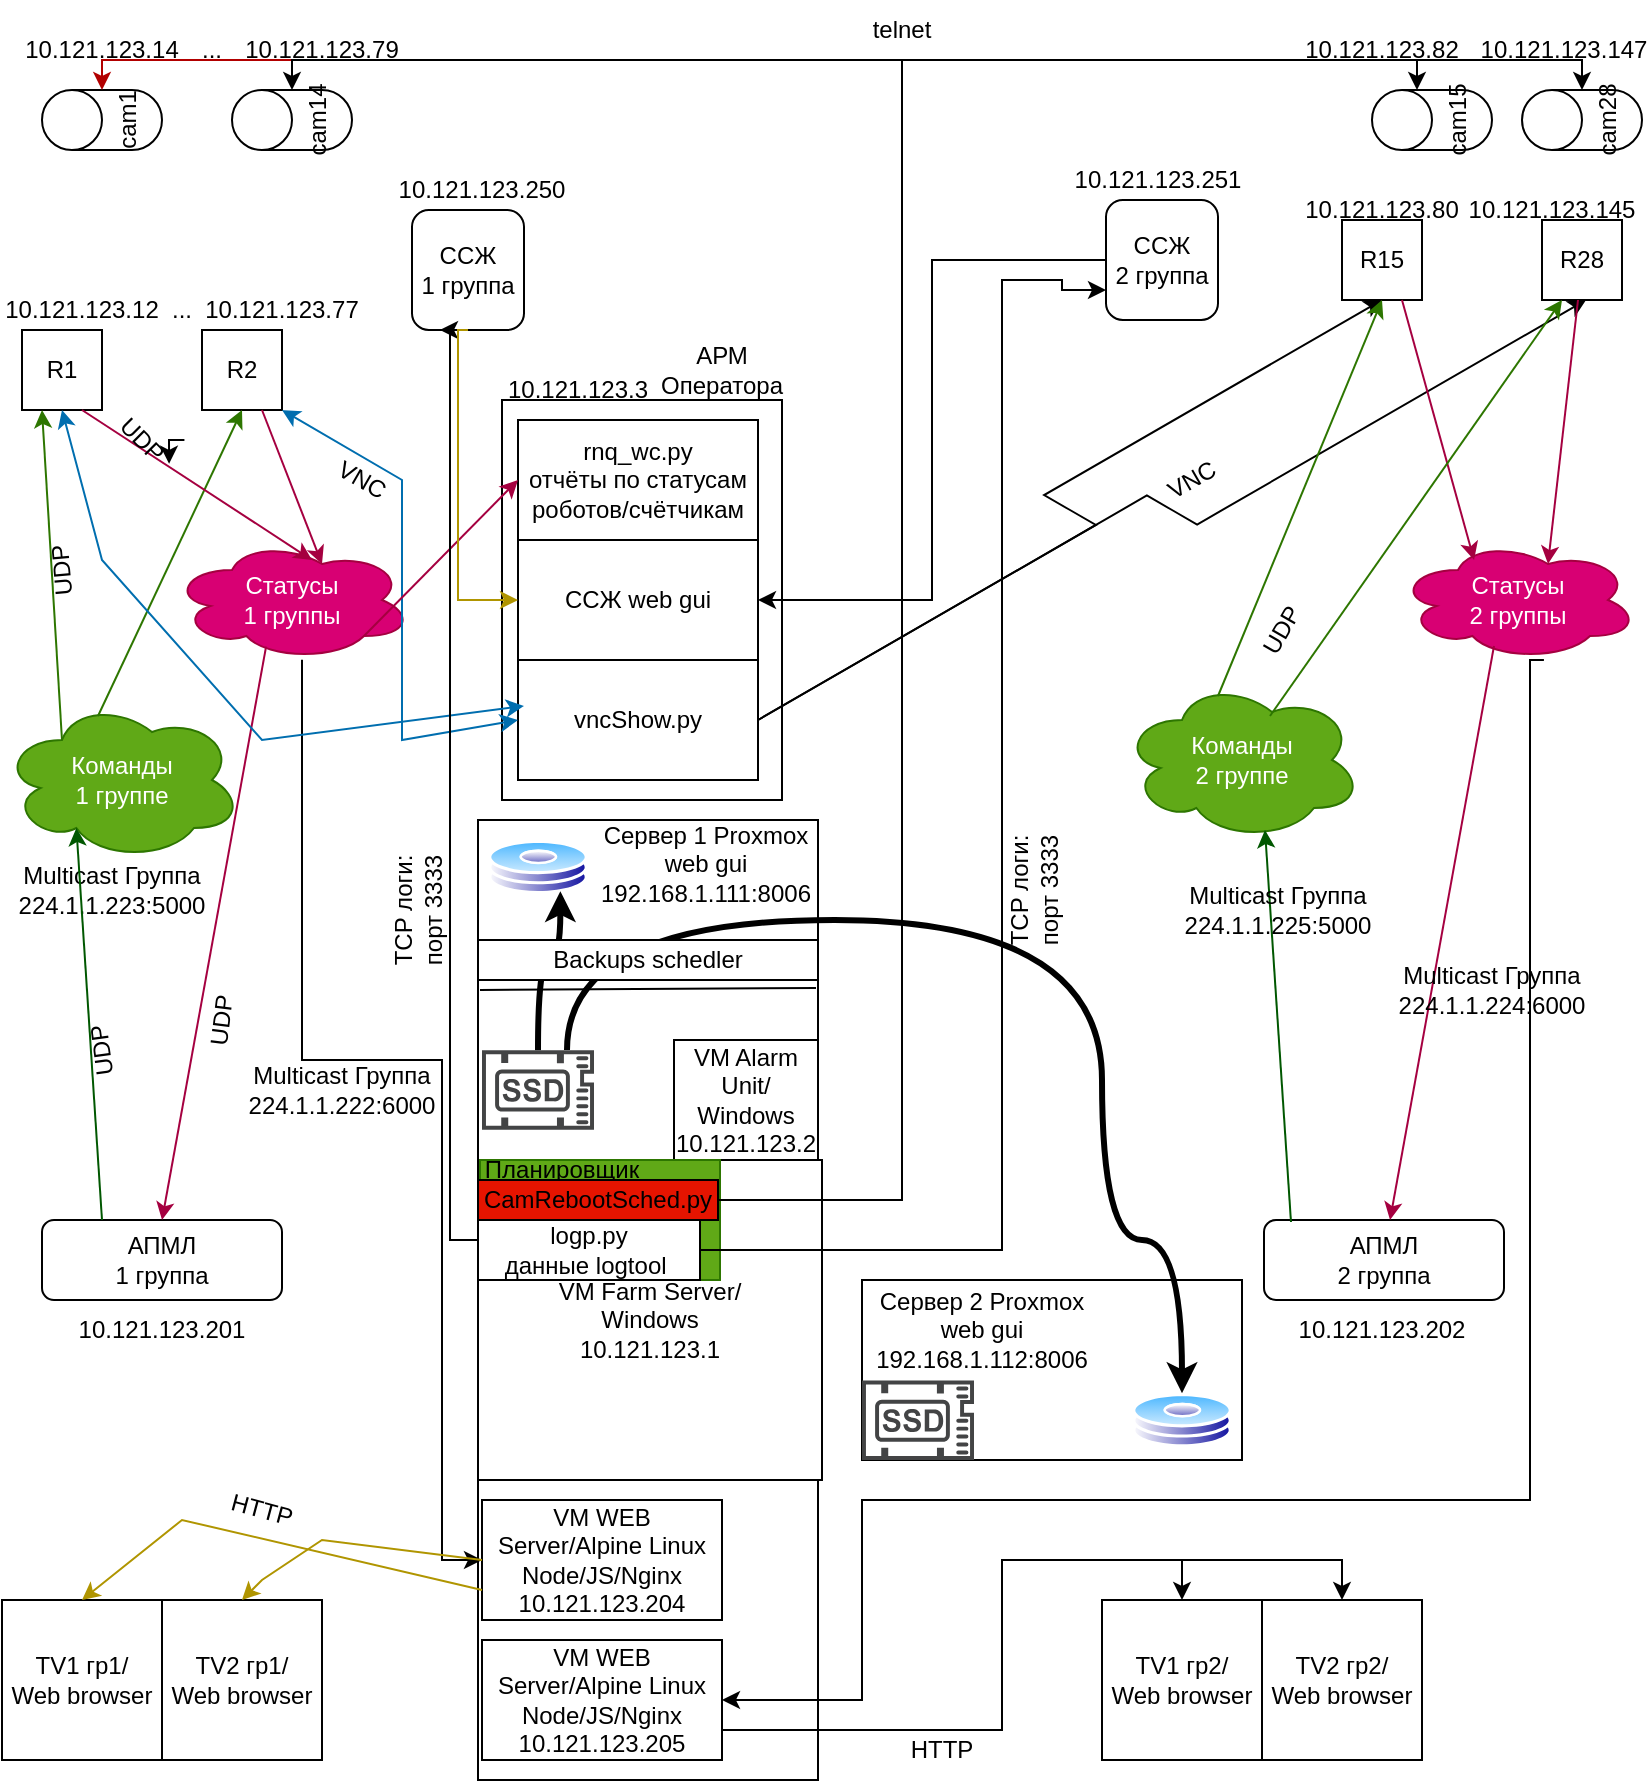
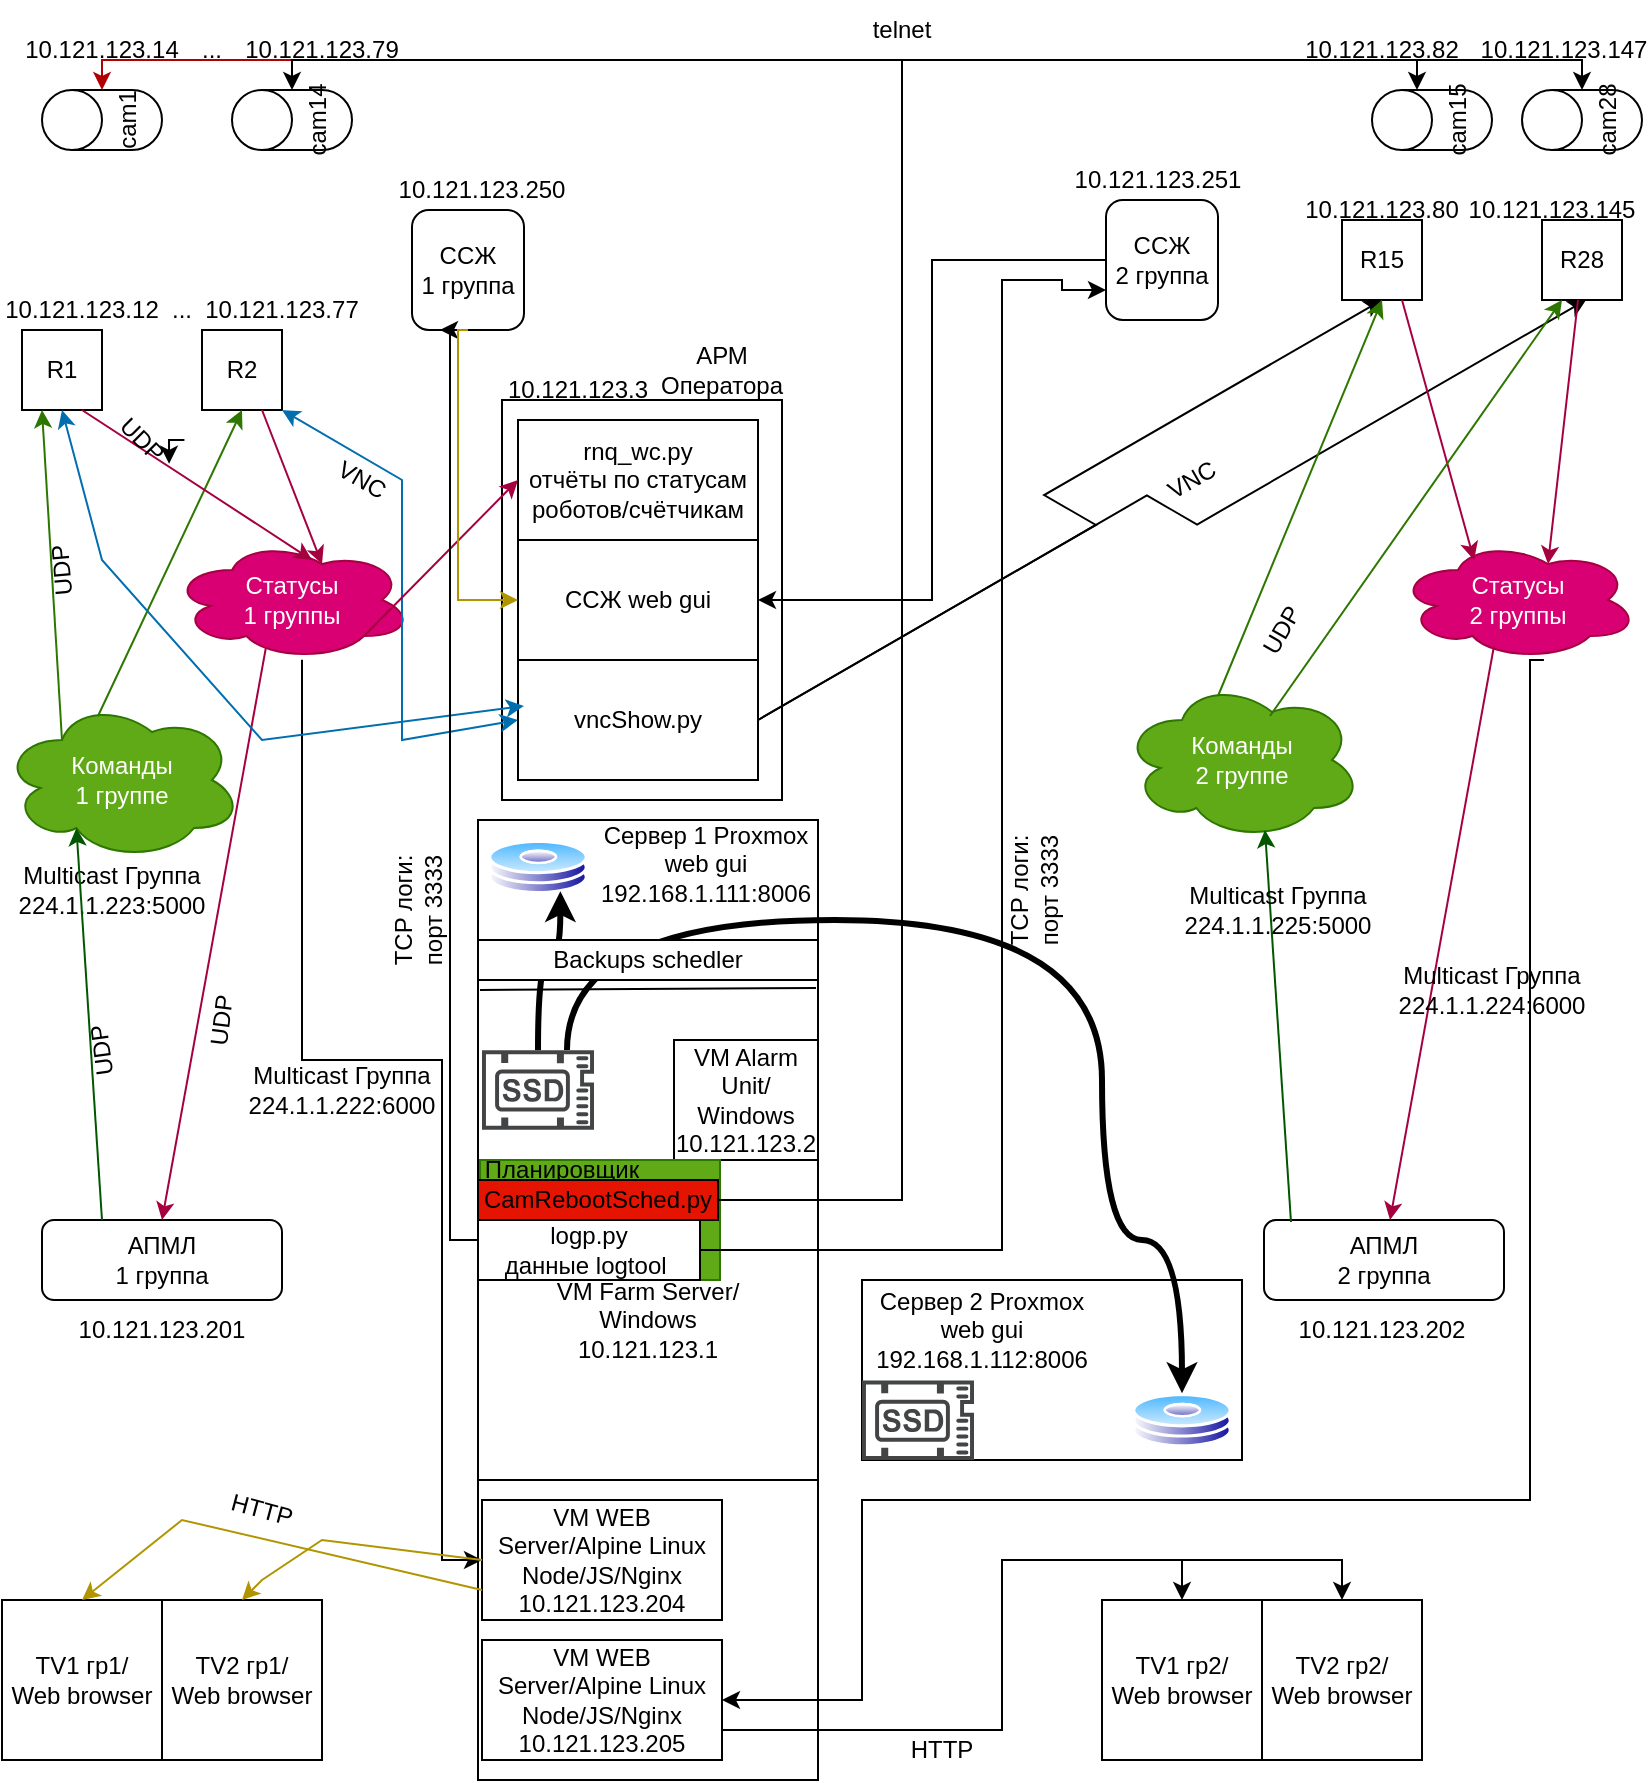
<mxfile host="app.diagrams.net" agent="Mozilla/5.0 (Macintosh; Intel Mac OS X 10_15_7) AppleWebKit/605.1.15 (KHTML, like Gecko) Version/18.4 Safari/605.1.15">
  <diagram name="Common" id="kNre07OXL5QUW6hjHVb_">
-     <mxGraphModel dx="1783" dy="1210" grid="1" gridSize="10" guides="1" tooltips="1" connect="1" arrows="1" fold="1" page="1" pageScale="1" pageWidth="827" pageHeight="1169" math="0" shadow="0">
+     <mxGraphModel dx="1248" dy="847" grid="1" gridSize="10" guides="1" tooltips="1" connect="1" arrows="1" fold="1" page="1" pageScale="1" pageWidth="827" pageHeight="1169" math="0" shadow="0">
      <root>
        <mxCell id="0" />
        <mxCell id="1" parent="0" />
        <mxCell id="9Vli-bCbQJat1Q8ghpv_-9" parent="1" style="rounded=0;whiteSpace=wrap;html=1;" value="" vertex="1">
          <mxGeometry height="480" width="170" x="238" y="580" as="geometry" />
        </mxCell>
        <mxCell id="9Vli-bCbQJat1Q8ghpv_-1" parent="1" style="rounded=0;whiteSpace=wrap;html=1;" value="R1" vertex="1">
          <mxGeometry height="40" width="40" x="10" y="335" as="geometry" />
        </mxCell>
        <mxCell id="9Vli-bCbQJat1Q8ghpv_-2" parent="1" style="rounded=0;whiteSpace=wrap;html=1;" value="R2" vertex="1">
          <mxGeometry height="40" width="40" x="100" y="335" as="geometry" />
        </mxCell>
        <mxCell id="9Vli-bCbQJat1Q8ghpv_-3" parent="1" style="rounded=1;whiteSpace=wrap;html=1;" value="АПМЛ&lt;div&gt;1 группа&lt;/div&gt;" vertex="1">
          <mxGeometry height="40" width="120" x="20" y="780" as="geometry" />
        </mxCell>
        <mxCell id="MIcNWfqu2G7UR8mHNEVn-12" edge="1" parent="1" source="9Vli-bCbQJat1Q8ghpv_-6" style="edgeStyle=orthogonalEdgeStyle;rounded=0;orthogonalLoop=1;jettySize=auto;html=1;entryX=0;entryY=0.5;entryDx=0;entryDy=0;fontColor=light-dark(#000000,#FF00FF);strokeColor=light-dark(#000000,#FFA9E0);" target="9Vli-bCbQJat1Q8ghpv_-14">
          <mxGeometry relative="1" as="geometry">
            <Array as="points">
              <mxPoint x="150" y="700" />
              <mxPoint x="220" y="700" />
              <mxPoint x="220" y="950" />
            </Array>
          </mxGeometry>
        </mxCell>
        <mxCell id="9Vli-bCbQJat1Q8ghpv_-6" parent="1" style="ellipse;shape=cloud;whiteSpace=wrap;html=1;fillColor=#d80073;fontColor=#ffffff;strokeColor=#A50040;" value="Статусы&lt;div&gt;1 группы&lt;/div&gt;" vertex="1">
          <mxGeometry height="60" width="120" x="85" y="440" as="geometry" />
        </mxCell>
        <mxCell id="9Vli-bCbQJat1Q8ghpv_-7" parent="1" style="ellipse;shape=cloud;whiteSpace=wrap;html=1;fillColor=#60a917;fontColor=#ffffff;strokeColor=#2D7600;" value="Команды&lt;div&gt;1 группе&lt;/div&gt;" vertex="1">
          <mxGeometry height="80" width="120" y="520" as="geometry" />
        </mxCell>
        <mxCell id="9Vli-bCbQJat1Q8ghpv_-8" parent="1" style="rounded=1;whiteSpace=wrap;html=1;" value="ССЖ&lt;div&gt;1 группа&lt;/div&gt;" vertex="1">
          <mxGeometry height="60" width="56" x="205" y="275" as="geometry" />
        </mxCell>
        <mxCell id="9Vli-bCbQJat1Q8ghpv_-10" parent="1" style="whiteSpace=wrap;html=1;aspect=fixed;" value="TV2 гр1/&lt;div&gt;Web browser&lt;/div&gt;" vertex="1">
          <mxGeometry height="80" width="80" x="80" y="970" as="geometry" />
        </mxCell>
        <mxCell id="9Vli-bCbQJat1Q8ghpv_-11" edge="1" parent="1" source="9Vli-bCbQJat1Q8ghpv_-2" style="endArrow=classic;html=1;rounded=0;entryX=0.625;entryY=0.2;entryDx=0;entryDy=0;entryPerimeter=0;exitX=0.75;exitY=1;exitDx=0;exitDy=0;fillColor=#d80073;strokeColor=#A50040;" target="9Vli-bCbQJat1Q8ghpv_-6" value="">
          <mxGeometry height="50" relative="1" width="50" as="geometry">
            <mxPoint x="192.5" y="270" as="sourcePoint" />
            <mxPoint x="440" y="450" as="targetPoint" />
          </mxGeometry>
        </mxCell>
        <mxCell id="9Vli-bCbQJat1Q8ghpv_-12" edge="1" parent="1" source="9Vli-bCbQJat1Q8ghpv_-7" style="endArrow=classic;html=1;rounded=0;entryX=0.25;entryY=1;entryDx=0;entryDy=0;exitX=0.25;exitY=0.25;exitDx=0;exitDy=0;exitPerimeter=0;fillColor=#60a917;strokeColor=#2D7600;" target="9Vli-bCbQJat1Q8ghpv_-1" value="">
          <mxGeometry height="50" relative="1" width="50" as="geometry">
            <mxPoint x="390" y="500" as="sourcePoint" />
            <mxPoint x="120" y="270" as="targetPoint" />
          </mxGeometry>
        </mxCell>
        <mxCell id="9Vli-bCbQJat1Q8ghpv_-13" edge="1" parent="1" source="9Vli-bCbQJat1Q8ghpv_-6" style="endArrow=classic;html=1;rounded=0;entryX=0.5;entryY=0;entryDx=0;entryDy=0;exitX=0.392;exitY=0.888;exitDx=0;exitDy=0;exitPerimeter=0;fillColor=#d80073;strokeColor=#A50040;" target="9Vli-bCbQJat1Q8ghpv_-3" value="">
          <mxGeometry height="50" relative="1" width="50" as="geometry">
            <mxPoint x="390" y="500" as="sourcePoint" />
            <mxPoint x="440" y="450" as="targetPoint" />
          </mxGeometry>
        </mxCell>
        <mxCell id="9Vli-bCbQJat1Q8ghpv_-14" parent="1" style="rounded=0;whiteSpace=wrap;html=1;" value="VM WEB&lt;div&gt;Server/Alpine Linux&lt;/div&gt;&lt;div&gt;&lt;div&gt;Node/JS/Nginx&lt;/div&gt;&lt;/div&gt;&lt;div&gt;10.121.123.204&lt;/div&gt;" vertex="1">
          <mxGeometry height="60" width="120" x="240" y="920" as="geometry" />
        </mxCell>
        <mxCell id="9Vli-bCbQJat1Q8ghpv_-15" parent="1" style="rounded=0;whiteSpace=wrap;html=1;" value="VM Alarm Unit/&lt;div&gt;Windows&lt;/div&gt;&lt;div&gt;10.121.123.2&lt;/div&gt;" vertex="1">
          <mxGeometry height="60" width="72" x="336" y="690" as="geometry" />
        </mxCell>
        <mxCell id="9Vli-bCbQJat1Q8ghpv_-16" parent="1" style="rounded=0;whiteSpace=wrap;html=1;fillColor=light-dark(#FFFFFF,#FF0000);" value="VM Farm Server/&lt;div&gt;Windows&lt;/div&gt;&lt;div&gt;10.121.123.1&lt;/div&gt;" vertex="1">
-           <mxGeometry height="160" width="172" x="238" y="750" as="geometry" />
+           <mxGeometry height="160" width="170" x="238" y="750" as="geometry" />
        </mxCell>
        <mxCell id="9Vli-bCbQJat1Q8ghpv_-17" parent="1" style="text;html=1;whiteSpace=wrap;strokeColor=none;fillColor=none;align=center;verticalAlign=middle;rounded=0;" value="Сервер 1 Proxmox web gui&lt;div&gt;192.168.1.111:8006&lt;/div&gt;" vertex="1">
          <mxGeometry height="30" width="100" x="302" y="587" as="geometry" />
        </mxCell>
        <mxCell id="9Vli-bCbQJat1Q8ghpv_-18" parent="1" style="rounded=0;whiteSpace=wrap;html=1;fillColor=light-dark(#FFFFFF,#999900);" value="" vertex="1">
          <mxGeometry height="200" width="140" x="250" y="370" as="geometry" />
        </mxCell>
        <mxCell id="9Vli-bCbQJat1Q8ghpv_-19" parent="1" style="text;html=1;whiteSpace=wrap;strokeColor=none;fillColor=none;align=center;verticalAlign=middle;rounded=0;" value="АРМ Оператора" vertex="1">
          <mxGeometry height="30" width="60" x="330" y="340" as="geometry" />
        </mxCell>
        <mxCell id="9Vli-bCbQJat1Q8ghpv_-20" parent="1" style="rounded=0;whiteSpace=wrap;html=1;" value="rnq_wc.py&lt;div&gt;отчёты по статусам роботов/счётчикам&lt;/div&gt;" vertex="1">
          <mxGeometry height="60" width="120" x="258" y="380" as="geometry" />
        </mxCell>
        <mxCell id="MIcNWfqu2G7UR8mHNEVn-50" edge="1" parent="1" source="9Vli-bCbQJat1Q8ghpv_-25" style="edgeStyle=isometricEdgeStyle;rounded=0;orthogonalLoop=1;jettySize=auto;html=1;entryX=0.5;entryY=1;entryDx=0;entryDy=0;exitX=1;exitY=0.5;exitDx=0;exitDy=0;strokeColor=light-dark(#000000,#51AFE7);" target="MIcNWfqu2G7UR8mHNEVn-15">
          <mxGeometry relative="1" as="geometry" />
        </mxCell>
        <mxCell id="MIcNWfqu2G7UR8mHNEVn-51" edge="1" parent="1" source="9Vli-bCbQJat1Q8ghpv_-25" style="edgeStyle=isometricEdgeStyle;rounded=0;orthogonalLoop=1;jettySize=auto;html=1;exitX=1;exitY=0.5;exitDx=0;exitDy=0;strokeColor=light-dark(#000000,#51AFE7);">
          <mxGeometry relative="1" as="geometry">
            <mxPoint x="792" y="320" as="targetPoint" />
          </mxGeometry>
        </mxCell>
        <mxCell id="9Vli-bCbQJat1Q8ghpv_-25" parent="1" style="rounded=0;whiteSpace=wrap;html=1;" value="vncShow.py" vertex="1">
          <mxGeometry height="60" width="120" x="258" y="500" as="geometry" />
        </mxCell>
        <mxCell id="9Vli-bCbQJat1Q8ghpv_-26" edge="1" parent="1" source="9Vli-bCbQJat1Q8ghpv_-25" style="endArrow=classic;startArrow=classic;html=1;rounded=0;exitX=0;exitY=0.5;exitDx=0;exitDy=0;fillColor=#1ba1e2;strokeColor=#006EAF;entryX=1;entryY=1;entryDx=0;entryDy=0;" target="9Vli-bCbQJat1Q8ghpv_-2" value="">
          <mxGeometry height="50" relative="1" width="50" as="geometry">
            <Array as="points">
              <mxPoint x="200" y="540" />
              <mxPoint x="200" y="410" />
            </Array>
            <mxPoint x="390" y="500" as="sourcePoint" />
            <mxPoint x="210" y="120" as="targetPoint" />
          </mxGeometry>
        </mxCell>
        <mxCell id="9Vli-bCbQJat1Q8ghpv_-27" parent="1" style="text;html=1;whiteSpace=wrap;strokeColor=none;fillColor=none;align=center;verticalAlign=middle;rounded=0;rotation=30;fontColor=light-dark(#000000,#51AFE7);" value="VNC" vertex="1">
          <mxGeometry height="30" width="60" x="150" y="395" as="geometry" />
        </mxCell>
        <mxCell id="9Vli-bCbQJat1Q8ghpv_-29" parent="1" style="text;html=1;whiteSpace=wrap;strokeColor=none;fillColor=none;align=center;verticalAlign=middle;rounded=0;fontColor=light-dark(#000000,#4A890C);" value="Multicast Группа 224.1.1.223:5000" vertex="1">
          <mxGeometry height="30" width="60" x="25" y="600" as="geometry" />
        </mxCell>
        <mxCell id="9Vli-bCbQJat1Q8ghpv_-32" parent="1" style="rounded=0;whiteSpace=wrap;html=1;" value="ССЖ web gui" vertex="1">
          <mxGeometry height="60" width="120" x="258" y="440" as="geometry" />
        </mxCell>
        <mxCell id="9Vli-bCbQJat1Q8ghpv_-33" edge="1" parent="1" source="9Vli-bCbQJat1Q8ghpv_-6" style="endArrow=classic;html=1;rounded=0;exitX=0.8;exitY=0.8;exitDx=0;exitDy=0;exitPerimeter=0;entryX=0;entryY=0.5;entryDx=0;entryDy=0;fillColor=#d80073;strokeColor=#A50040;" target="9Vli-bCbQJat1Q8ghpv_-20" value="">
          <mxGeometry height="50" relative="1" width="50" as="geometry">
            <mxPoint x="390" y="530" as="sourcePoint" />
            <mxPoint x="440" y="480" as="targetPoint" />
          </mxGeometry>
        </mxCell>
        <mxCell id="9Vli-bCbQJat1Q8ghpv_-34" edge="1" parent="1" source="9Vli-bCbQJat1Q8ghpv_-3" style="endArrow=classic;html=1;rounded=0;exitX=0.25;exitY=0;exitDx=0;exitDy=0;entryX=0.31;entryY=0.8;entryDx=0;entryDy=0;entryPerimeter=0;fillColor=#008a00;strokeColor=#005700;" target="9Vli-bCbQJat1Q8ghpv_-7" value="">
          <mxGeometry height="50" relative="1" width="50" as="geometry">
            <mxPoint x="390" y="530" as="sourcePoint" />
            <mxPoint x="440" y="480" as="targetPoint" />
          </mxGeometry>
        </mxCell>
        <mxCell id="9Vli-bCbQJat1Q8ghpv_-35" parent="1" style="shape=cylinder3;whiteSpace=wrap;html=1;boundedLbl=1;backgroundOutline=1;size=15;rotation=-90;" value="cam1" vertex="1">
          <mxGeometry height="60" width="30" x="35" y="200" as="geometry" />
        </mxCell>
        <mxCell id="9Vli-bCbQJat1Q8ghpv_-36" parent="1" style="shape=cylinder3;whiteSpace=wrap;html=1;boundedLbl=1;backgroundOutline=1;size=15;rotation=-90;" value="cam14" vertex="1">
          <mxGeometry height="60" width="30" x="130" y="200" as="geometry" />
        </mxCell>
        <mxCell id="9Vli-bCbQJat1Q8ghpv_-39" edge="1" parent="1" source="9Vli-bCbQJat1Q8ghpv_-7" style="endArrow=classic;html=1;rounded=0;exitX=0.4;exitY=0.1;exitDx=0;exitDy=0;exitPerimeter=0;entryX=0.5;entryY=1;entryDx=0;entryDy=0;fillColor=#60a917;strokeColor=#2D7600;" target="9Vli-bCbQJat1Q8ghpv_-2" value="">
          <mxGeometry height="50" relative="1" width="50" as="geometry">
            <mxPoint x="390" y="400" as="sourcePoint" />
            <mxPoint x="440" y="350" as="targetPoint" />
          </mxGeometry>
        </mxCell>
        <mxCell id="9Vli-bCbQJat1Q8ghpv_-40" edge="1" parent="1" source="9Vli-bCbQJat1Q8ghpv_-1" style="endArrow=classic;html=1;rounded=0;entryX=0.75;entryY=1;entryDx=0;entryDy=0;fillColor=#d80073;strokeColor=#A50040;exitX=0.75;exitY=1;exitDx=0;exitDy=0;" value="">
          <mxGeometry height="50" relative="1" width="50" as="geometry">
            <mxPoint x="150" y="120" as="sourcePoint" />
            <mxPoint x="155" y="450" as="targetPoint" />
          </mxGeometry>
        </mxCell>
        <mxCell id="9Vli-bCbQJat1Q8ghpv_-41" edge="1" parent="1" source="9Vli-bCbQJat1Q8ghpv_-25" style="endArrow=classic;startArrow=classic;html=1;rounded=0;exitX=0.025;exitY=0.383;exitDx=0;exitDy=0;exitPerimeter=0;fillColor=#1ba1e2;strokeColor=#006EAF;entryX=0.5;entryY=1;entryDx=0;entryDy=0;" target="9Vli-bCbQJat1Q8ghpv_-1" value="">
          <mxGeometry height="50" relative="1" width="50" as="geometry">
            <Array as="points">
              <mxPoint x="130" y="540" />
              <mxPoint x="50" y="450" />
            </Array>
            <mxPoint x="170" y="670" as="sourcePoint" />
            <mxPoint x="140" y="120" as="targetPoint" />
          </mxGeometry>
        </mxCell>
        <mxCell id="9Vli-bCbQJat1Q8ghpv_-45" parent="1" style="text;html=1;whiteSpace=wrap;strokeColor=none;fillColor=none;align=center;verticalAlign=middle;rounded=0;rotation=0;fontColor=light-dark(#000000,#FFACAC);" value="telnet" vertex="1">
          <mxGeometry height="30" width="60" x="420" y="170" as="geometry" />
        </mxCell>
        <mxCell id="9Vli-bCbQJat1Q8ghpv_-50" edge="1" parent="1" source="9Vli-bCbQJat1Q8ghpv_-14" style="endArrow=classic;html=1;rounded=0;exitX=0;exitY=0.5;exitDx=0;exitDy=0;entryX=0.5;entryY=0;entryDx=0;entryDy=0;fillColor=#e3c800;strokeColor=#B09500;" target="9Vli-bCbQJat1Q8ghpv_-10" value="">
          <mxGeometry height="50" relative="1" width="50" as="geometry">
            <Array as="points">
              <mxPoint x="160" y="940" />
              <mxPoint x="130" y="960" />
            </Array>
            <mxPoint x="390" y="460" as="sourcePoint" />
            <mxPoint x="440" y="410" as="targetPoint" />
          </mxGeometry>
        </mxCell>
        <mxCell id="9Vli-bCbQJat1Q8ghpv_-53" parent="1" style="text;html=1;whiteSpace=wrap;strokeColor=none;fillColor=none;align=center;verticalAlign=middle;rounded=0;rotation=-90;" value="TCP логи: порт 3333" vertex="1">
          <mxGeometry height="30" width="60" x="178" y="610" as="geometry" />
        </mxCell>
        <mxCell id="pDRP3hoOsNH6IqBBJrl4-1" parent="1" style="text;html=1;whiteSpace=wrap;strokeColor=none;fillColor=none;align=center;verticalAlign=middle;rounded=0;" value="10.121.123.3" vertex="1">
          <mxGeometry height="30" width="60" x="258" y="350" as="geometry" />
        </mxCell>
        <mxCell id="pDRP3hoOsNH6IqBBJrl4-2" parent="1" style="text;html=1;whiteSpace=wrap;strokeColor=none;fillColor=none;align=center;verticalAlign=middle;rounded=0;" value="10.121.123.201" vertex="1">
          <mxGeometry height="30" width="60" x="50" y="820" as="geometry" />
        </mxCell>
        <mxCell id="pDRP3hoOsNH6IqBBJrl4-3" parent="1" style="text;html=1;whiteSpace=wrap;strokeColor=none;fillColor=none;align=center;verticalAlign=middle;rounded=0;" value="10.121.123.12" vertex="1">
          <mxGeometry height="30" width="60" x="10" y="310" as="geometry" />
        </mxCell>
        <mxCell id="pDRP3hoOsNH6IqBBJrl4-4" parent="1" style="text;html=1;whiteSpace=wrap;strokeColor=none;fillColor=none;align=center;verticalAlign=middle;rounded=0;" value="10.121.123.77" vertex="1">
          <mxGeometry height="30" width="60" x="110" y="310" as="geometry" />
        </mxCell>
        <mxCell id="pDRP3hoOsNH6IqBBJrl4-5" parent="1" style="text;html=1;whiteSpace=wrap;strokeColor=none;fillColor=none;align=center;verticalAlign=middle;rounded=0;" value="10.121.123.14" vertex="1">
          <mxGeometry height="30" width="60" x="20" y="180" as="geometry" />
        </mxCell>
        <mxCell id="pDRP3hoOsNH6IqBBJrl4-9" parent="1" style="whiteSpace=wrap;html=1;aspect=fixed;" value="TV1 гр1/&lt;div&gt;Web browser&lt;/div&gt;" vertex="1">
          <mxGeometry height="80" width="80" y="970" as="geometry" />
        </mxCell>
        <mxCell id="pDRP3hoOsNH6IqBBJrl4-10" edge="1" parent="1" source="9Vli-bCbQJat1Q8ghpv_-14" style="endArrow=classic;html=1;rounded=0;exitX=0;exitY=0.75;exitDx=0;exitDy=0;fillColor=#e3c800;strokeColor=#B09500;entryX=0.5;entryY=0;entryDx=0;entryDy=0;" target="pDRP3hoOsNH6IqBBJrl4-9" value="">
          <mxGeometry height="50" relative="1" width="50" as="geometry">
            <Array as="points">
              <mxPoint x="90" y="930" />
            </Array>
            <mxPoint x="540" y="810" as="sourcePoint" />
            <mxPoint x="580" y="170" as="targetPoint" />
          </mxGeometry>
        </mxCell>
        <mxCell id="pDRP3hoOsNH6IqBBJrl4-11" parent="1" style="text;html=1;whiteSpace=wrap;strokeColor=none;fillColor=none;align=center;verticalAlign=middle;rounded=0;rotation=15;fontColor=light-dark(#000000,#AA7942);" value="HTTP" vertex="1">
          <mxGeometry height="30" width="60" x="99.99599361155867" y="910.0010807734623" as="geometry" />
        </mxCell>
        <mxCell id="pDRP3hoOsNH6IqBBJrl4-13" parent="1" style="text;html=1;whiteSpace=wrap;strokeColor=none;fillColor=none;align=center;verticalAlign=middle;rounded=0;rotation=-82.9;fontColor=light-dark(#000000,#FFA9E0);" value="UDP" vertex="1">
          <mxGeometry height="30" width="60" x="79.99895525537022" y="665.001561625191" as="geometry" />
        </mxCell>
        <mxCell id="pDRP3hoOsNH6IqBBJrl4-14" parent="1" style="text;html=1;whiteSpace=wrap;strokeColor=none;fillColor=none;align=center;verticalAlign=middle;rounded=0;rotation=-97.7;fontColor=light-dark(#000000,#4A890C);" value="UDP" vertex="1">
          <mxGeometry height="30" width="60" x="20.003023370497118" y="680.003980287672" as="geometry" />
        </mxCell>
        <mxCell id="pDRP3hoOsNH6IqBBJrl4-15" parent="1" style="text;html=1;whiteSpace=wrap;strokeColor=none;fillColor=none;align=center;verticalAlign=middle;rounded=0;rotation=45;fontColor=light-dark(#000000,#FF40FF);" value="UDP" vertex="1">
          <mxGeometry height="30" width="60" x="39.99433355827131" y="374.9992887727194" as="geometry" />
        </mxCell>
        <mxCell id="pDRP3hoOsNH6IqBBJrl4-16" parent="1" style="text;html=1;whiteSpace=wrap;strokeColor=none;fillColor=none;align=center;verticalAlign=middle;rounded=0;rotation=-95;fontColor=light-dark(#000000,#669C35);" value="UDP" vertex="1">
          <mxGeometry height="30" width="60" x="0.0034587474116563044" y="440.00006046520986" as="geometry" />
        </mxCell>
        <mxCell id="pDRP3hoOsNH6IqBBJrl4-17" parent="1" style="text;html=1;whiteSpace=wrap;strokeColor=none;fillColor=none;align=center;verticalAlign=middle;rounded=0;" value="..." vertex="1">
          <mxGeometry height="30" width="60" x="75" y="180" as="geometry" />
        </mxCell>
        <mxCell id="pDRP3hoOsNH6IqBBJrl4-19" parent="1" style="text;html=1;whiteSpace=wrap;strokeColor=none;fillColor=none;align=center;verticalAlign=middle;rounded=0;" value="..." vertex="1">
          <mxGeometry height="30" width="60" x="60" y="310" as="geometry" />
        </mxCell>
        <mxCell id="gUFCSbxJNFJtdSgufsqY-6" edge="1" parent="1" source="9Vli-bCbQJat1Q8ghpv_-22" style="edgeStyle=orthogonalEdgeStyle;rounded=0;orthogonalLoop=1;jettySize=auto;html=1;entryX=0.25;entryY=1;entryDx=0;entryDy=0;" target="9Vli-bCbQJat1Q8ghpv_-8">
          <mxGeometry relative="1" as="geometry">
            <Array as="points">
              <mxPoint x="224" y="790" />
            </Array>
          </mxGeometry>
        </mxCell>
        <mxCell id="MIcNWfqu2G7UR8mHNEVn-4" edge="1" parent="1" source="9Vli-bCbQJat1Q8ghpv_-21" style="edgeStyle=orthogonalEdgeStyle;rounded=0;orthogonalLoop=1;jettySize=auto;html=1;exitX=1;exitY=0.5;exitDx=0;exitDy=0;entryX=1;entryY=0.5;entryDx=0;entryDy=0;entryPerimeter=0;fillColor=#e51400;strokeColor=#B20000;" target="9Vli-bCbQJat1Q8ghpv_-35" value="">
          <mxGeometry relative="1" as="geometry">
            <Array as="points">
              <mxPoint x="450" y="770" />
              <mxPoint x="450" y="200" />
              <mxPoint x="50" y="200" />
            </Array>
            <mxPoint x="760" y="650" as="sourcePoint" />
            <mxPoint x="158" y="215" as="targetPoint" />
          </mxGeometry>
        </mxCell>
        <mxCell id="pDRP3hoOsNH6IqBBJrl4-6" parent="1" style="text;html=1;whiteSpace=wrap;strokeColor=none;fillColor=none;align=center;verticalAlign=middle;rounded=0;" value="10.121.123.79" vertex="1">
          <mxGeometry height="30" width="60" x="130" y="180" as="geometry" />
        </mxCell>
        <mxCell id="MIcNWfqu2G7UR8mHNEVn-59" edge="1" parent="1" source="MIcNWfqu2G7UR8mHNEVn-5" style="edgeStyle=orthogonalEdgeStyle;rounded=0;orthogonalLoop=1;jettySize=auto;html=1;entryX=0.5;entryY=0;entryDx=0;entryDy=0;exitX=1;exitY=0.75;exitDx=0;exitDy=0;strokeColor=light-dark(#000000,#8D7600);" target="MIcNWfqu2G7UR8mHNEVn-32">
          <mxGeometry relative="1" as="geometry">
            <Array as="points">
              <mxPoint x="500" y="1035" />
              <mxPoint x="500" y="950" />
              <mxPoint x="590" y="950" />
            </Array>
          </mxGeometry>
        </mxCell>
        <mxCell id="MIcNWfqu2G7UR8mHNEVn-60" edge="1" parent="1" source="MIcNWfqu2G7UR8mHNEVn-5" style="edgeStyle=orthogonalEdgeStyle;rounded=0;orthogonalLoop=1;jettySize=auto;html=1;entryX=0.5;entryY=0;entryDx=0;entryDy=0;exitX=1;exitY=0.75;exitDx=0;exitDy=0;strokeColor=light-dark(#000000,#8D7600);" target="MIcNWfqu2G7UR8mHNEVn-33">
          <mxGeometry relative="1" as="geometry">
            <Array as="points">
              <mxPoint x="500" y="1035" />
              <mxPoint x="500" y="950" />
              <mxPoint x="670" y="950" />
            </Array>
          </mxGeometry>
        </mxCell>
        <mxCell id="MIcNWfqu2G7UR8mHNEVn-5" parent="1" style="rounded=0;whiteSpace=wrap;html=1;" value="VM WEB&lt;div&gt;Server/Alpine Linux&lt;/div&gt;&lt;div&gt;Node/JS/Nginx&lt;/div&gt;&lt;div&gt;10.121.123.205&lt;/div&gt;" vertex="1">
          <mxGeometry height="60" width="120" x="240" y="990" as="geometry" />
        </mxCell>
        <mxCell id="9Vli-bCbQJat1Q8ghpv_-52" edge="1" parent="1" source="9Vli-bCbQJat1Q8ghpv_-8" style="edgeStyle=orthogonalEdgeStyle;rounded=0;orthogonalLoop=1;jettySize=auto;html=1;entryX=0;entryY=0.5;entryDx=0;entryDy=0;fillColor=#e3c800;strokeColor=#B09500;exitX=0.5;exitY=1;exitDx=0;exitDy=0;" target="9Vli-bCbQJat1Q8ghpv_-32">
          <mxGeometry relative="1" as="geometry">
            <Array as="points">
              <mxPoint x="228" y="470" />
            </Array>
          </mxGeometry>
        </mxCell>
        <mxCell id="9Vli-bCbQJat1Q8ghpv_-42" parent="1" style="text;html=1;whiteSpace=wrap;strokeColor=none;fillColor=none;align=center;verticalAlign=middle;rounded=0;fontColor=light-dark(#000000,#FFA9E0);" value="Multicast Группа 224.1.1.222:6000" vertex="1">
          <mxGeometry height="30" width="60" x="140" y="700" as="geometry" />
        </mxCell>
        <mxCell id="gUFCSbxJNFJtdSgufsqY-3" parent="1" style="rounded=0;whiteSpace=wrap;html=1;fillColor=#60a917;fontColor=#ffffff;strokeColor=#2D7600;" value="" vertex="1">
          <mxGeometry height="60" width="120" x="239" y="750" as="geometry" />
        </mxCell>
        <mxCell id="gUFCSbxJNFJtdSgufsqY-4" parent="1" style="text;html=1;whiteSpace=wrap;strokeColor=none;fillColor=none;align=center;verticalAlign=middle;rounded=0;rotation=0;" value="Планировщик" vertex="1">
          <mxGeometry height="30" width="60" x="250" y="740" as="geometry" />
        </mxCell>
        <mxCell id="9Vli-bCbQJat1Q8ghpv_-21" parent="1" style="rounded=0;whiteSpace=wrap;html=1;fillColor=#E51400;fontColor=#000000;" value="&lt;span style=&quot;color: light-dark(rgb(0, 0, 0), rgb(0, 0, 0));&quot;&gt;CamRebootSched.py&lt;/span&gt;" vertex="1">
          <mxGeometry height="20" width="120" x="238" y="760" as="geometry" />
        </mxCell>
        <mxCell id="MIcNWfqu2G7UR8mHNEVn-11" parent="1" style="text;html=1;whiteSpace=wrap;strokeColor=none;fillColor=none;align=center;verticalAlign=middle;rounded=0;" value="10.121.123.250" vertex="1">
          <mxGeometry height="30" width="60" x="210" y="250" as="geometry" />
        </mxCell>
        <mxCell id="MIcNWfqu2G7UR8mHNEVn-19" edge="1" parent="1" source="9Vli-bCbQJat1Q8ghpv_-22" style="edgeStyle=orthogonalEdgeStyle;rounded=0;orthogonalLoop=1;jettySize=auto;html=1;entryX=0;entryY=0.75;entryDx=0;entryDy=0;" target="MIcNWfqu2G7UR8mHNEVn-16">
          <mxGeometry relative="1" as="geometry">
            <Array as="points">
              <mxPoint x="500" y="795" />
              <mxPoint x="500" y="310" />
              <mxPoint x="530" y="310" />
              <mxPoint x="530" y="315" />
            </Array>
          </mxGeometry>
        </mxCell>
        <mxCell id="9Vli-bCbQJat1Q8ghpv_-22" parent="1" style="rounded=0;whiteSpace=wrap;html=1;" value="logp.py&lt;div&gt;данные logtool&amp;nbsp;&lt;/div&gt;" vertex="1">
          <mxGeometry height="30" width="111" x="238" y="780" as="geometry" />
        </mxCell>
        <mxCell id="MIcNWfqu2G7UR8mHNEVn-14" parent="1" style="rounded=0;whiteSpace=wrap;html=1;" value="R28" vertex="1">
          <mxGeometry height="40" width="40" x="770" y="280" as="geometry" />
        </mxCell>
        <mxCell id="MIcNWfqu2G7UR8mHNEVn-15" parent="1" style="rounded=0;whiteSpace=wrap;html=1;" value="R15" vertex="1">
          <mxGeometry height="40" width="40" x="670" y="280" as="geometry" />
        </mxCell>
        <mxCell id="MIcNWfqu2G7UR8mHNEVn-21" edge="1" parent="1" source="MIcNWfqu2G7UR8mHNEVn-16" style="edgeStyle=orthogonalEdgeStyle;rounded=0;orthogonalLoop=1;jettySize=auto;html=1;entryX=1;entryY=0.5;entryDx=0;entryDy=0;strokeColor=light-dark(#000000,#8D7600);" target="9Vli-bCbQJat1Q8ghpv_-32">
          <mxGeometry relative="1" as="geometry" />
        </mxCell>
        <mxCell id="MIcNWfqu2G7UR8mHNEVn-16" parent="1" style="rounded=1;whiteSpace=wrap;html=1;" value="ССЖ&lt;div&gt;2 группа&lt;/div&gt;" vertex="1">
          <mxGeometry height="60" width="56" x="552" y="270" as="geometry" />
        </mxCell>
        <mxCell id="MIcNWfqu2G7UR8mHNEVn-18" parent="1" style="text;html=1;whiteSpace=wrap;strokeColor=none;fillColor=none;align=center;verticalAlign=middle;rounded=0;" value="10.121.123.251" vertex="1">
          <mxGeometry height="30" width="60" x="548" y="245" as="geometry" />
        </mxCell>
        <mxCell id="MIcNWfqu2G7UR8mHNEVn-20" parent="1" style="text;html=1;whiteSpace=wrap;strokeColor=none;fillColor=none;align=center;verticalAlign=middle;rounded=0;rotation=-90;" value="TCP логи: порт 3333" vertex="1">
          <mxGeometry height="30" width="60" x="486" y="600" as="geometry" />
        </mxCell>
        <mxCell id="MIcNWfqu2G7UR8mHNEVn-22" parent="1" style="shape=cylinder3;whiteSpace=wrap;html=1;boundedLbl=1;backgroundOutline=1;size=15;rotation=-90;" value="cam15" vertex="1">
          <mxGeometry height="60" width="30" x="700" y="200" as="geometry" />
        </mxCell>
        <mxCell id="MIcNWfqu2G7UR8mHNEVn-23" parent="1" style="shape=cylinder3;whiteSpace=wrap;html=1;boundedLbl=1;backgroundOutline=1;size=15;rotation=-90;" value="cam28" vertex="1">
          <mxGeometry height="60" width="30" x="775" y="200" as="geometry" />
        </mxCell>
        <mxCell id="MIcNWfqu2G7UR8mHNEVn-24" parent="1" style="rounded=1;whiteSpace=wrap;html=1;" value="АПМЛ&lt;div&gt;2 группа&lt;/div&gt;" vertex="1">
          <mxGeometry height="40" width="120" x="631" y="780" as="geometry" />
        </mxCell>
        <mxCell id="MIcNWfqu2G7UR8mHNEVn-25" parent="1" style="text;html=1;whiteSpace=wrap;strokeColor=none;fillColor=none;align=center;verticalAlign=middle;rounded=0;" value="10.121.123.202" vertex="1">
          <mxGeometry height="30" width="60" x="660" y="820" as="geometry" />
        </mxCell>
        <mxCell id="MIcNWfqu2G7UR8mHNEVn-26" parent="1" style="ellipse;shape=cloud;whiteSpace=wrap;html=1;fillColor=#60a917;fontColor=#ffffff;strokeColor=#2D7600;" value="Команды&lt;div&gt;2 группе&lt;/div&gt;" vertex="1">
          <mxGeometry height="80" width="120" x="560" y="510" as="geometry" />
        </mxCell>
        <mxCell id="MIcNWfqu2G7UR8mHNEVn-27" parent="1" style="ellipse;shape=cloud;whiteSpace=wrap;html=1;fillColor=#d80073;fontColor=#ffffff;strokeColor=#A50040;" value="Статусы&lt;div&gt;2 группы&lt;/div&gt;" vertex="1">
          <mxGeometry height="60" width="120" x="698" y="440" as="geometry" />
        </mxCell>
        <mxCell id="MIcNWfqu2G7UR8mHNEVn-28" edge="1" parent="1" style="endArrow=classic;html=1;rounded=0;exitX=0.25;exitY=0;exitDx=0;exitDy=0;entryX=0.31;entryY=0.8;entryDx=0;entryDy=0;entryPerimeter=0;fillColor=#008a00;strokeColor=#005700;" value="">
          <mxGeometry height="50" relative="1" width="50" as="geometry">
            <mxPoint x="644.5" y="781" as="sourcePoint" />
            <mxPoint x="631.5" y="585" as="targetPoint" />
          </mxGeometry>
        </mxCell>
        <mxCell id="MIcNWfqu2G7UR8mHNEVn-29" edge="1" parent="1" style="endArrow=classic;html=1;rounded=0;entryX=0.5;entryY=0;entryDx=0;entryDy=0;exitX=0.392;exitY=0.888;exitDx=0;exitDy=0;exitPerimeter=0;fillColor=#d80073;strokeColor=#A50040;" value="">
          <mxGeometry height="50" relative="1" width="50" as="geometry">
            <mxPoint x="746" y="493" as="sourcePoint" />
            <mxPoint x="694" y="780" as="targetPoint" />
          </mxGeometry>
        </mxCell>
        <mxCell id="MIcNWfqu2G7UR8mHNEVn-32" parent="1" style="whiteSpace=wrap;html=1;aspect=fixed;" value="TV1 гр2/&lt;div&gt;Web browser&lt;/div&gt;" vertex="1">
          <mxGeometry height="80" width="80" x="550" y="970" as="geometry" />
        </mxCell>
        <mxCell id="MIcNWfqu2G7UR8mHNEVn-33" parent="1" style="whiteSpace=wrap;html=1;aspect=fixed;" value="TV2 гр2/&lt;div&gt;Web browser&lt;/div&gt;" vertex="1">
          <mxGeometry height="80" width="80" x="630" y="970" as="geometry" />
        </mxCell>
        <mxCell id="MIcNWfqu2G7UR8mHNEVn-34" parent="1" style="rounded=0;whiteSpace=wrap;html=1;" value="" vertex="1">
          <mxGeometry height="90" width="190" x="430" y="810" as="geometry" />
        </mxCell>
        <mxCell id="MIcNWfqu2G7UR8mHNEVn-35" parent="1" style="text;html=1;whiteSpace=wrap;strokeColor=none;fillColor=none;align=center;verticalAlign=middle;rounded=0;" value="Сервер 2 Proxmox web gui&lt;div&gt;192.168.1.112:8006&lt;/div&gt;" vertex="1">
          <mxGeometry height="30" width="100" x="440" y="820" as="geometry" />
        </mxCell>
        <mxCell id="MIcNWfqu2G7UR8mHNEVn-36" parent="1" style="image;aspect=fixed;perimeter=ellipsePerimeter;html=1;align=center;shadow=0;dashed=0;spacingTop=3;image=img/lib/active_directory/hard_disk.svg;" value="" vertex="1">
          <mxGeometry height="27" width="50" x="565" y="866.62" as="geometry" />
        </mxCell>
        <mxCell id="MIcNWfqu2G7UR8mHNEVn-37" parent="1" style="image;aspect=fixed;perimeter=ellipsePerimeter;html=1;align=center;shadow=0;dashed=0;spacingTop=3;image=img/lib/active_directory/hard_disk.svg;" value="" vertex="1">
          <mxGeometry height="27" width="50" x="243" y="590" as="geometry" />
        </mxCell>
        <mxCell id="MIcNWfqu2G7UR8mHNEVn-74" edge="1" parent="1" source="MIcNWfqu2G7UR8mHNEVn-39" style="edgeStyle=orthogonalEdgeStyle;rounded=0;orthogonalLoop=1;jettySize=auto;html=1;entryX=0.75;entryY=1;entryDx=0;entryDy=0;curved=1;strokeColor=light-dark(#000000,#0000FF);strokeWidth=3;" target="MIcNWfqu2G7UR8mHNEVn-37">
          <mxGeometry relative="1" as="geometry">
            <Array as="points">
              <mxPoint x="268" y="650" />
              <mxPoint x="279" y="650" />
            </Array>
          </mxGeometry>
        </mxCell>
        <mxCell id="MIcNWfqu2G7UR8mHNEVn-39" parent="1" style="sketch=0;pointerEvents=1;shadow=0;dashed=0;html=1;strokeColor=none;fillColor=#434445;aspect=fixed;labelPosition=center;verticalLabelPosition=bottom;verticalAlign=top;align=center;outlineConnect=0;shape=mxgraph.vvd.ssd;" value="" vertex="1">
          <mxGeometry height="39.76" width="56" x="240" y="695.12" as="geometry" />
        </mxCell>
        <mxCell id="MIcNWfqu2G7UR8mHNEVn-40" parent="1" style="sketch=0;pointerEvents=1;shadow=0;dashed=0;html=1;strokeColor=none;fillColor=#434445;aspect=fixed;labelPosition=center;verticalLabelPosition=bottom;verticalAlign=top;align=center;outlineConnect=0;shape=mxgraph.vvd.ssd;" value="" vertex="1">
          <mxGeometry height="39.76" width="56" x="430" y="860.24" as="geometry" />
        </mxCell>
        <mxCell id="MIcNWfqu2G7UR8mHNEVn-41" edge="1" parent="1" source="9Vli-bCbQJat1Q8ghpv_-21" style="edgeStyle=orthogonalEdgeStyle;rounded=0;orthogonalLoop=1;jettySize=auto;html=1;entryX=1;entryY=0;entryDx=0;entryDy=22.5;entryPerimeter=0;strokeColor=light-dark(#000000,#FFACAC);" target="MIcNWfqu2G7UR8mHNEVn-22">
          <mxGeometry relative="1" as="geometry">
            <Array as="points">
              <mxPoint x="450" y="770" />
              <mxPoint x="450" y="200" />
              <mxPoint x="708" y="200" />
            </Array>
          </mxGeometry>
        </mxCell>
        <mxCell id="MIcNWfqu2G7UR8mHNEVn-42" edge="1" parent="1" source="9Vli-bCbQJat1Q8ghpv_-21" style="edgeStyle=orthogonalEdgeStyle;rounded=0;orthogonalLoop=1;jettySize=auto;html=1;entryX=1;entryY=0.5;entryDx=0;entryDy=0;entryPerimeter=0;strokeColor=light-dark(#000000,#FFACAC);" target="MIcNWfqu2G7UR8mHNEVn-23">
          <mxGeometry relative="1" as="geometry">
            <Array as="points">
              <mxPoint x="450" y="770" />
              <mxPoint x="450" y="200" />
              <mxPoint x="790" y="200" />
            </Array>
          </mxGeometry>
        </mxCell>
        <mxCell id="MIcNWfqu2G7UR8mHNEVn-43" parent="1" style="text;html=1;whiteSpace=wrap;strokeColor=none;fillColor=none;align=center;verticalAlign=middle;rounded=0;" value="10.121.123.82" vertex="1">
          <mxGeometry height="30" width="60" x="660" y="180" as="geometry" />
        </mxCell>
        <mxCell id="MIcNWfqu2G7UR8mHNEVn-45" edge="1" parent="1" source="9Vli-bCbQJat1Q8ghpv_-21" style="edgeStyle=orthogonalEdgeStyle;rounded=0;orthogonalLoop=1;jettySize=auto;html=1;entryX=1;entryY=0.5;entryDx=0;entryDy=0;entryPerimeter=0;strokeColor=light-dark(#000000,#FFACAC);" target="9Vli-bCbQJat1Q8ghpv_-36">
          <mxGeometry relative="1" as="geometry">
            <Array as="points">
              <mxPoint x="450" y="770" />
              <mxPoint x="450" y="200" />
              <mxPoint x="145" y="200" />
            </Array>
          </mxGeometry>
        </mxCell>
        <mxCell id="MIcNWfqu2G7UR8mHNEVn-46" parent="1" style="text;html=1;whiteSpace=wrap;strokeColor=none;fillColor=none;align=center;verticalAlign=middle;rounded=0;" value="10.121.123.147" vertex="1">
          <mxGeometry height="30" width="60" x="751" y="180" as="geometry" />
        </mxCell>
        <mxCell id="MIcNWfqu2G7UR8mHNEVn-47" edge="1" parent="1" source="pDRP3hoOsNH6IqBBJrl4-15" style="edgeStyle=orthogonalEdgeStyle;rounded=0;orthogonalLoop=1;jettySize=auto;html=1;exitX=0.75;exitY=0;exitDx=0;exitDy=0;entryX=0.8;entryY=0.461;entryDx=0;entryDy=0;entryPerimeter=0;" target="pDRP3hoOsNH6IqBBJrl4-15">
          <mxGeometry relative="1" as="geometry" />
        </mxCell>
        <mxCell id="MIcNWfqu2G7UR8mHNEVn-48" edge="1" parent="1" source="MIcNWfqu2G7UR8mHNEVn-15" style="endArrow=classic;html=1;rounded=0;entryX=0.317;entryY=0.167;entryDx=0;entryDy=0;fillColor=#d80073;strokeColor=#A50040;exitX=0.75;exitY=1;exitDx=0;exitDy=0;entryPerimeter=0;" target="MIcNWfqu2G7UR8mHNEVn-27" value="">
          <mxGeometry height="50" relative="1" width="50" as="geometry">
            <mxPoint x="720" y="320" as="sourcePoint" />
            <mxPoint x="835" y="395" as="targetPoint" />
          </mxGeometry>
        </mxCell>
        <mxCell id="MIcNWfqu2G7UR8mHNEVn-49" edge="1" parent="1" style="endArrow=classic;html=1;rounded=0;entryX=0.625;entryY=0.2;entryDx=0;entryDy=0;entryPerimeter=0;fillColor=#d80073;strokeColor=#A50040;" target="MIcNWfqu2G7UR8mHNEVn-27" value="">
          <mxGeometry height="50" relative="1" width="50" as="geometry">
            <mxPoint x="788" y="320" as="sourcePoint" />
            <mxPoint x="818" y="397" as="targetPoint" />
          </mxGeometry>
        </mxCell>
        <mxCell id="MIcNWfqu2G7UR8mHNEVn-52" parent="1" style="text;html=1;whiteSpace=wrap;strokeColor=none;fillColor=none;align=center;verticalAlign=middle;rounded=0;rotation=-30;fontColor=light-dark(#000000,#51AFE7);" value="VNC" vertex="1">
          <mxGeometry height="30" width="60" x="565.0007621135331" y="395.00038105676657" as="geometry" />
        </mxCell>
        <mxCell id="MIcNWfqu2G7UR8mHNEVn-54" parent="1" style="text;html=1;whiteSpace=wrap;strokeColor=none;fillColor=none;align=center;verticalAlign=middle;rounded=0;" value="10.121.123.80" vertex="1">
          <mxGeometry height="30" width="60" x="660" y="260" as="geometry" />
        </mxCell>
        <mxCell id="MIcNWfqu2G7UR8mHNEVn-55" parent="1" style="text;html=1;whiteSpace=wrap;strokeColor=none;fillColor=none;align=center;verticalAlign=middle;rounded=0;" value="10.121.123.145" vertex="1">
          <mxGeometry height="30" width="60" x="745" y="260" as="geometry" />
        </mxCell>
        <mxCell id="MIcNWfqu2G7UR8mHNEVn-56" edge="1" parent="1" source="MIcNWfqu2G7UR8mHNEVn-26" style="endArrow=classic;html=1;rounded=0;entryX=0.5;entryY=1;entryDx=0;entryDy=0;exitX=0.4;exitY=0.1;exitDx=0;exitDy=0;exitPerimeter=0;fillColor=#60a917;strokeColor=#2D7600;" target="MIcNWfqu2G7UR8mHNEVn-15" value="">
          <mxGeometry height="50" relative="1" width="50" as="geometry">
            <mxPoint x="685" y="485" as="sourcePoint" />
            <mxPoint x="675" y="320" as="targetPoint" />
          </mxGeometry>
        </mxCell>
        <mxCell id="MIcNWfqu2G7UR8mHNEVn-57" edge="1" parent="1" style="endArrow=classic;html=1;rounded=0;exitX=0.4;exitY=0.1;exitDx=0;exitDy=0;exitPerimeter=0;entryX=0.25;entryY=1;entryDx=0;entryDy=0;fillColor=#60a917;strokeColor=#2D7600;" target="MIcNWfqu2G7UR8mHNEVn-14" value="">
          <mxGeometry height="50" relative="1" width="50" as="geometry">
            <mxPoint x="634" y="528" as="sourcePoint" />
            <mxPoint x="706" y="375" as="targetPoint" />
          </mxGeometry>
        </mxCell>
        <mxCell id="MIcNWfqu2G7UR8mHNEVn-58" parent="1" style="text;html=1;whiteSpace=wrap;strokeColor=none;fillColor=none;align=center;verticalAlign=middle;rounded=0;rotation=-60;fontColor=light-dark(#000000,#669C35);" value="UDP" vertex="1">
          <mxGeometry height="30" width="60" x="609.997592753806" y="470.00317708396716" as="geometry" />
        </mxCell>
        <mxCell id="MIcNWfqu2G7UR8mHNEVn-61" parent="1" style="text;html=1;whiteSpace=wrap;strokeColor=none;fillColor=none;align=center;verticalAlign=middle;rounded=0;rotation=0;fontColor=light-dark(#000000,#AA7942);" value="HTTP" vertex="1">
          <mxGeometry height="30" width="60" x="440.00006046520986" y="1030.0034587474115" as="geometry" />
        </mxCell>
        <mxCell id="MIcNWfqu2G7UR8mHNEVn-63" edge="1" parent="1" source="MIcNWfqu2G7UR8mHNEVn-5" style="edgeStyle=orthogonalEdgeStyle;rounded=0;orthogonalLoop=1;jettySize=auto;html=1;entryX=0.608;entryY=1;entryDx=0;entryDy=0;entryPerimeter=0;curved=0;startArrow=classic;startFill=1;endArrow=none;endFill=0;strokeColor=light-dark(#000000,#FFA9E0);" target="MIcNWfqu2G7UR8mHNEVn-27" value="">
          <mxGeometry relative="1" as="geometry">
            <Array as="points">
              <mxPoint x="430" y="1020" />
              <mxPoint x="430" y="920" />
              <mxPoint x="764" y="920" />
              <mxPoint x="764" y="500" />
            </Array>
            <mxPoint x="360" y="1020" as="sourcePoint" />
            <mxPoint x="764" y="497" as="targetPoint" />
          </mxGeometry>
        </mxCell>
        <mxCell id="MIcNWfqu2G7UR8mHNEVn-62" parent="1" style="text;html=1;whiteSpace=wrap;strokeColor=none;fillColor=none;align=center;verticalAlign=middle;rounded=0;fontColor=light-dark(#000000,#FFA9E0);" value="Multicast Группа 224.1.1.224:6000" vertex="1">
          <mxGeometry height="30" width="60" x="715" y="650" as="geometry" />
        </mxCell>
        <mxCell id="MIcNWfqu2G7UR8mHNEVn-64" parent="1" style="text;html=1;whiteSpace=wrap;strokeColor=none;fillColor=none;align=center;verticalAlign=middle;rounded=0;fontColor=light-dark(#000000,#4A890C);" value="Multicast Группа 224.1.1.225:5000" vertex="1">
          <mxGeometry height="30" width="60" x="608" y="610" as="geometry" />
        </mxCell>
        <mxCell id="MIcNWfqu2G7UR8mHNEVn-71" edge="1" parent="1" style="endArrow=none;html=1;rounded=0;entryX=1;entryY=0.174;entryDx=0;entryDy=0;entryPerimeter=0;" value="">
          <mxGeometry height="50" relative="1" width="50" as="geometry">
            <mxPoint x="239" y="665" as="sourcePoint" />
            <mxPoint x="407" y="664" as="targetPoint" />
          </mxGeometry>
        </mxCell>
        <mxCell id="MIcNWfqu2G7UR8mHNEVn-75" edge="1" parent="1" style="edgeStyle=orthogonalEdgeStyle;rounded=0;orthogonalLoop=1;jettySize=auto;html=1;entryX=0.5;entryY=0;entryDx=0;entryDy=0;curved=1;strokeColor=light-dark(#000000,#0000FF);strokeWidth=3;" target="MIcNWfqu2G7UR8mHNEVn-36">
          <mxGeometry relative="1" as="geometry">
            <Array as="points">
              <mxPoint x="282" y="630" />
              <mxPoint x="550" y="630" />
              <mxPoint x="550" y="790" />
              <mxPoint x="590" y="790" />
            </Array>
            <mxPoint x="282.5" y="695" as="sourcePoint" />
            <mxPoint x="293.5" y="616" as="targetPoint" />
          </mxGeometry>
        </mxCell>
        <mxCell id="MIcNWfqu2G7UR8mHNEVn-73" parent="1" style="rounded=0;whiteSpace=wrap;html=1;fillColor=light-dark(#FFFFFF,#0000FF);" value="Backups schedler" vertex="1">
          <mxGeometry height="20" width="170" x="238" y="640" as="geometry" />
        </mxCell>
      </root>
    </mxGraphModel>
  </diagram>
</mxfile>
